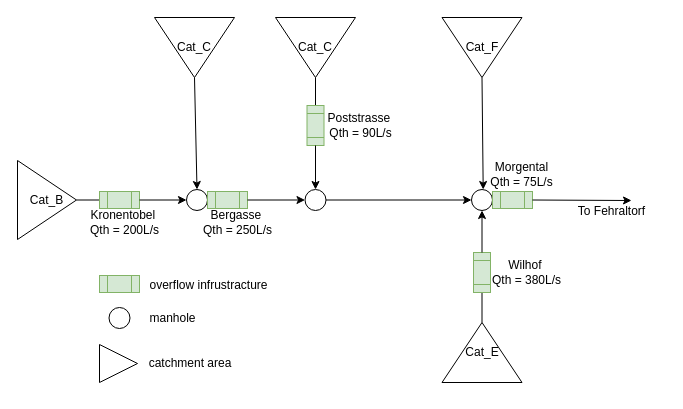
The draw.io diagram figures/model_russikon.drawio in LiWang1/masterthesis, before the edit. Source tidied: cells renumbered, new cells numbered last; positions are measured from the earlier drawing's top-left corner, leaving out a move shared by most shapes. Both pictures are drawn from the tidied source at 100%, with x=0, y=0 at pixel (17, 17).
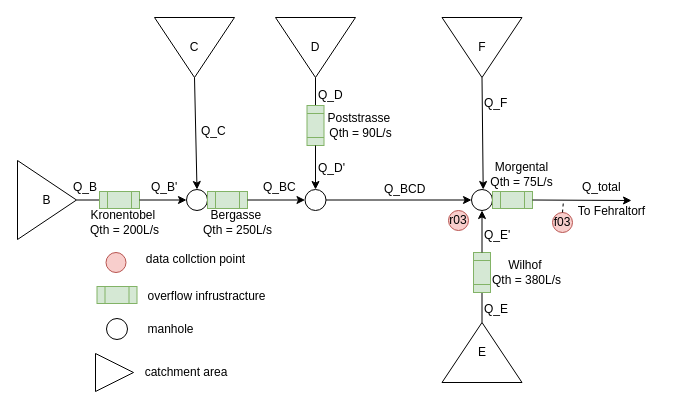
After the change.

The edit, as a diff of the source:
```diff
@@
-    <mxCell id="2" value="Cat_B" style="triangle;whiteSpace=wrap;html=1;" parent="1" vertex="1">
+    <mxCell id="2" value="B" style="triangle;whiteSpace=wrap;html=1;" parent="1" vertex="1">
       <mxGeometry y="143" width="59" height="79" as="geometry" />
     </mxCell>
@@
-    <mxCell id="4" value="Cat_C" style="triangle;whiteSpace=wrap;html=1;direction=south;" parent="1" vertex="1">
+    <mxCell id="4" value="C" style="triangle;whiteSpace=wrap;html=1;direction=south;" parent="1" vertex="1">
       <mxGeometry x="137" width="80" height="60" as="geometry" />
     </mxCell>
-    <mxCell id="5" value="Cat_C" style="triangle;whiteSpace=wrap;html=1;direction=south;" parent="1" vertex="1">
+    <mxCell id="5" value="D" style="triangle;whiteSpace=wrap;html=1;direction=south;" parent="1" vertex="1">
       <mxGeometry x="258" width="80" height="60" as="geometry" />
     </mxCell>
-    <mxCell id="6" value="Cat_F" style="triangle;whiteSpace=wrap;html=1;direction=south;" parent="1" vertex="1">
+    <mxCell id="6" value="F" style="triangle;whiteSpace=wrap;html=1;direction=south;" parent="1" vertex="1">
       <mxGeometry x="424.5" width="80" height="60" as="geometry" />
     </mxCell>
-    <mxCell id="7" value="Cat_E" style="triangle;whiteSpace=wrap;html=1;direction=north;" parent="1" vertex="1">
+    <mxCell id="7" value="E" style="triangle;whiteSpace=wrap;html=1;direction=north;" parent="1" vertex="1">
       <mxGeometry x="424.5" y="305" width="80" height="60" as="geometry" />
     </mxCell>
@@
     <mxCell id="28" style="shape=process;whiteSpace=wrap;html=1;backgroundOutline=1;direction=west;size=0.20555555555555713;fillColor=#d5e8d4;strokeColor=#82b366;" parent="1" vertex="1">
-      <mxGeometry x="82" y="258" width="40" height="17" as="geometry" />
+      <mxGeometry x="79.5" y="269" width="40" height="17" as="geometry" />
     </mxCell>
     <mxCell id="29" value="overflow infrustracture" style="text;html=1;strokeColor=none;fillColor=none;align=center;verticalAlign=middle;whiteSpace=wrap;rounded=0;" parent="1" vertex="1">
-      <mxGeometry x="123" y="258" width="137" height="20" as="geometry" />
+      <mxGeometry x="120.5" y="269" width="137" height="20" as="geometry" />
     </mxCell>
     <mxCell id="30" style="ellipse;whiteSpace=wrap;html=1;" parent="1" vertex="1">
-      <mxGeometry x="91.5" y="290" width="21" height="21" as="geometry" />
+      <mxGeometry x="89" y="301" width="21" height="21" as="geometry" />
     </mxCell>
     <mxCell id="31" value="manhole" style="text;html=1;strokeColor=none;fillColor=none;align=center;verticalAlign=middle;whiteSpace=wrap;rounded=0;" parent="1" vertex="1">
-      <mxGeometry x="121" y="291" width="69" height="20" as="geometry" />
+      <mxGeometry x="118.5" y="302" width="69" height="20" as="geometry" />
     </mxCell>
     <mxCell id="32" style="triangle;whiteSpace=wrap;html=1;" parent="1" vertex="1">
-      <mxGeometry x="82" y="327" width="38" height="38" as="geometry" />
+      <mxGeometry x="78" y="336" width="38" height="38" as="geometry" />
     </mxCell>
     <mxCell id="33" value="catchment area" style="text;html=1;strokeColor=none;fillColor=none;align=center;verticalAlign=middle;whiteSpace=wrap;rounded=0;" parent="1" vertex="1">
-      <mxGeometry x="112.5" y="336" width="120" height="20" as="geometry" />
+      <mxGeometry x="108.5" y="345" width="120" height="20" as="geometry" />
     </mxCell>
@@
+    <mxCell id="38" value="Q_B" style="text;html=1;" parent="1" vertex="1">
+      <mxGeometry x="54" y="156" width="24" height="16" as="geometry" />
+    </mxCell>
+    <mxCell id="39" value="Q_B'" style="text;html=1;" parent="1" vertex="1">
+      <mxGeometry x="132" y="156" width="24" height="16" as="geometry" />
+    </mxCell>
+    <mxCell id="40" value="Q_C" style="text;html=1;" parent="1" vertex="1">
+      <mxGeometry x="182" y="100" width="24" height="16" as="geometry" />
+    </mxCell>
+    <mxCell id="41" value="Q_BC" style="text;html=1;" parent="1" vertex="1">
+      <mxGeometry x="244" y="156" width="24" height="16" as="geometry" />
+    </mxCell>
+    <mxCell id="42" value="Q_D" style="text;html=1;" parent="1" vertex="1">
+      <mxGeometry x="299" y="64" width="24" height="16" as="geometry" />
+    </mxCell>
+    <mxCell id="43" value="Q_D'" style="text;html=1;" parent="1" vertex="1">
+      <mxGeometry x="299" y="137" width="24" height="16" as="geometry" />
+    </mxCell>
+    <mxCell id="44" value="Q_BCD" style="text;html=1;" parent="1" vertex="1">
+      <mxGeometry x="365" y="158" width="24" height="16" as="geometry" />
+    </mxCell>
+    <mxCell id="45" value="Q_total" style="text;html=1;" parent="1" vertex="1">
+      <mxGeometry x="563" y="156" width="24" height="16" as="geometry" />
+    </mxCell>
+    <mxCell id="46" value="Q_E" style="text;html=1;" parent="1" vertex="1">
+      <mxGeometry x="465" y="278" width="24" height="16" as="geometry" />
+    </mxCell>
+    <mxCell id="47" value="Q_E'" style="text;html=1;" parent="1" vertex="1">
+      <mxGeometry x="465" y="204" width="24" height="16" as="geometry" />
+    </mxCell>
+    <mxCell id="48" value="Q_F" style="text;html=1;" parent="1" vertex="1">
+      <mxGeometry x="465" y="72" width="24" height="16" as="geometry" />
+    </mxCell>
+    <mxCell id="49" value="r03" style="ellipse;whiteSpace=wrap;html=1;fillColor=#f8cecc;strokeColor=#b85450;" parent="1" vertex="1">
+      <mxGeometry x="431" y="193" width="20" height="20" as="geometry" />
+    </mxCell>
+    <mxCell id="50" value="f03" style="ellipse;whiteSpace=wrap;html=1;fillColor=#f8cecc;strokeColor=#b85450;" parent="1" vertex="1">
+      <mxGeometry x="535" y="195" width="20" height="20" as="geometry" />
+    </mxCell>
+    <mxCell id="51" style="endArrow=none;dashed=1;html=1;exitX=0.5;exitY=0;exitDx=0;exitDy=0;" parent="1" edge="1" source="50">
+      <mxGeometry relative="1" as="geometry">
+        <mxPoint x="546" y="183" as="targetPoint" />
+      </mxGeometry>
+    </mxCell>
+    <mxCell id="52" style="ellipse;whiteSpace=wrap;html=1;fillColor=#f8cecc;strokeColor=#b85450;" parent="1" vertex="1">
+      <mxGeometry x="88.5" y="235" width="20" height="20" as="geometry" />
+    </mxCell>
+    <mxCell id="53" value="data collction point" style="text;html=1;strokeColor=none;fillColor=none;align=center;verticalAlign=middle;whiteSpace=wrap;rounded=0;" parent="1" vertex="1">
+      <mxGeometry x="110" y="232" width="137" height="20" as="geometry" />
+    </mxCell>
```
